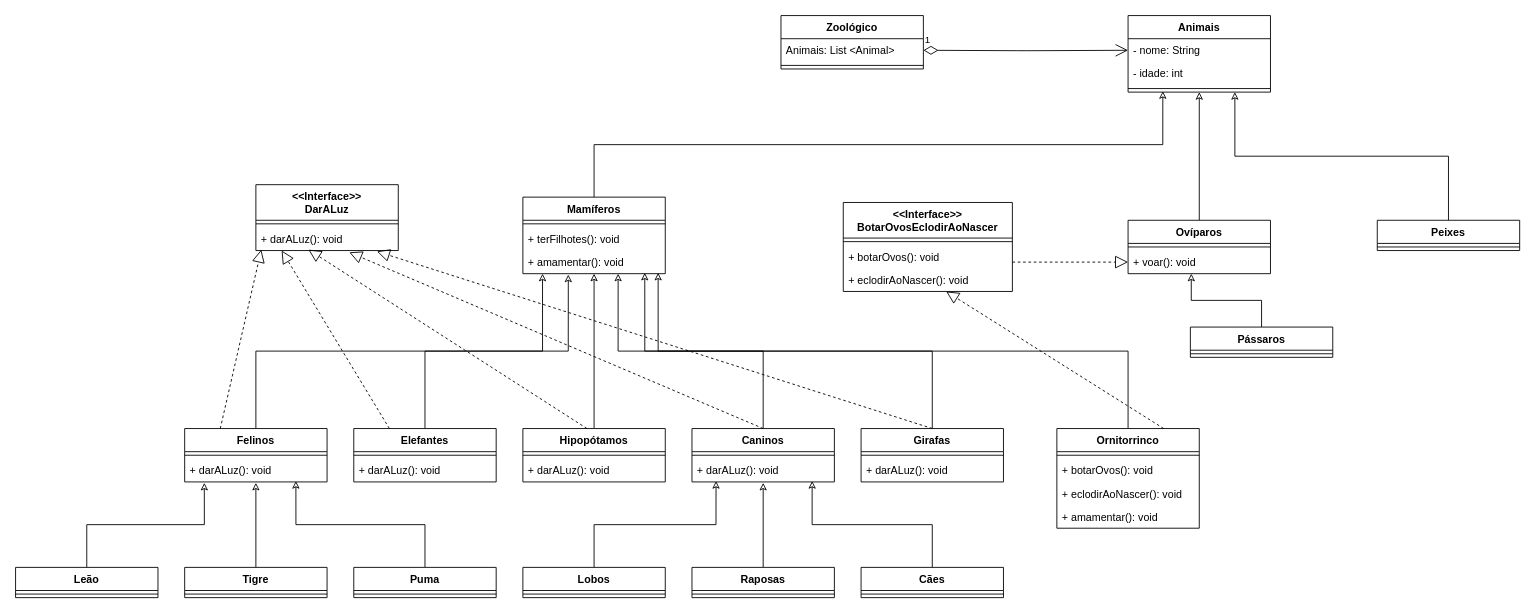
Earlier version of the draw.io diagram CTD-ProgramacaoOrientadaAObjetos/AULA14-Interface-UML Diagram.drawio (pcamposaugusto/CTD-2021-Bimestre2). Source tidied: cells renumbered, new cells numbered last; positions are measured from the earlier drawing's top-left corner, leaving out a move shared by most shapes. Both pictures are drawn from the tidied source at 89%, with x=0, y=0 at pixel (15, 15).
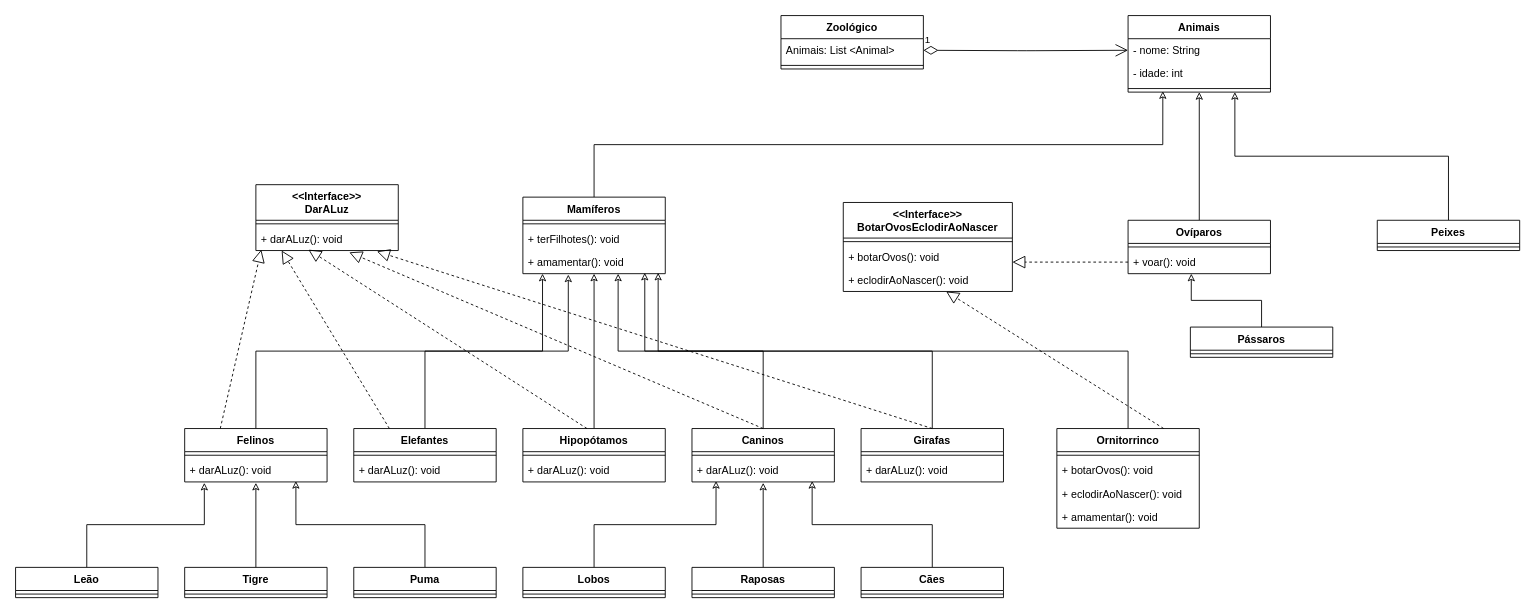
The same diagram, later.

Unchanged cells that the change refers to:
```xml
<mxCell id="14" value="+ voar(): void" style="text;strokeColor=none;fillColor=none;align=left;verticalAlign=top;spacingLeft=4;spacingRight=4;overflow=hidden;points=[[0,0.5],[1,0.5]];portConstraint=eastwest;" parent="12" vertex="1">
  <mxGeometry y="34" width="160" height="26" as="geometry" />
</mxCell>
```

The edit, as a diff of the source:
```diff
@@
-    <mxCell id="76" style="endArrow=block;dashed=1;endFill=0;endSize=12;html=1;entryX=0;entryY=0.5;entryDx=0;entryDy=0;" parent="1" edge="1" target="14">
+    <mxCell id="76" style="endArrow=block;dashed=1;endFill=0;endSize=12;html=1;exitX=0;exitY=0.5;exitDx=0;exitDy=0;" parent="1" edge="1" source="14">
       <mxGeometry relative="1" as="geometry">
-        <mxPoint x="1120" y="277" as="sourcePoint" />
+        <mxPoint x="1120" y="277" as="targetPoint" />
       </mxGeometry>
     </mxCell>
```
